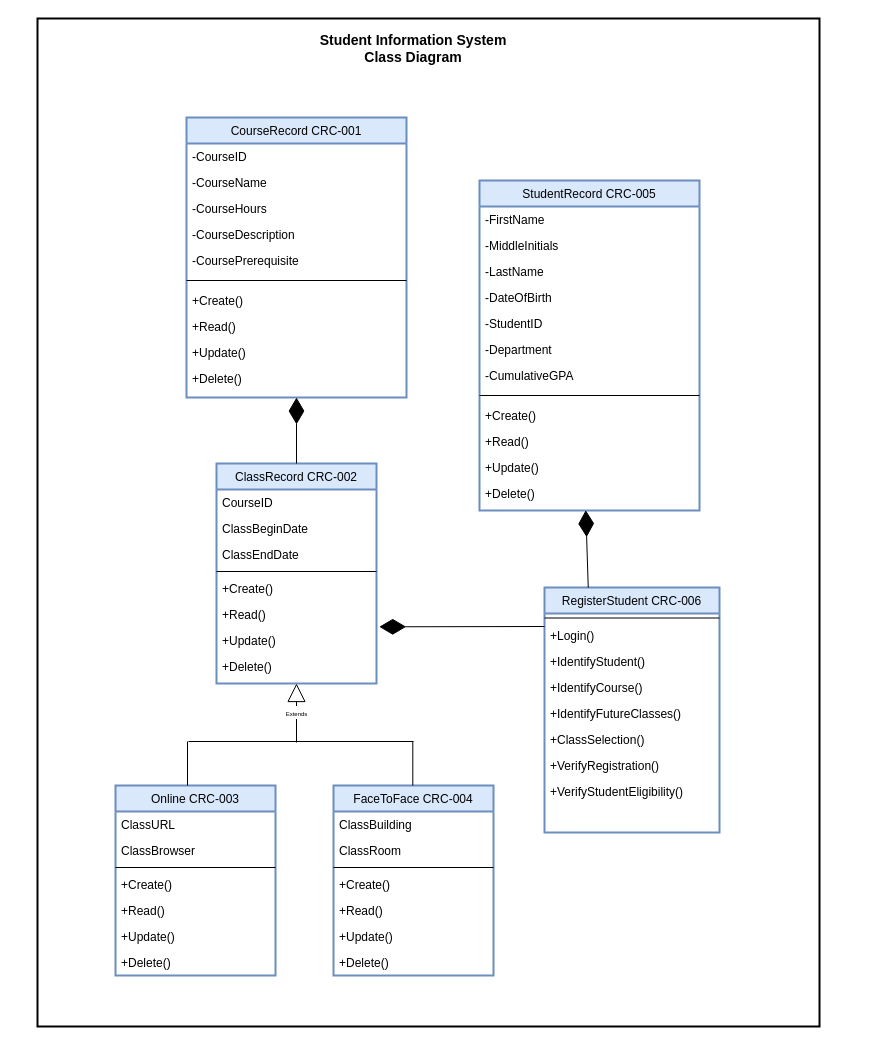
Earlier version of the draw.io diagram 4-1-Assignment.drawio (kincaidtk901/Workspace). Source tidied: cells renumbered, new cells numbered last; positions are measured from the earlier drawing's top-left corner, leaving out a move shared by most shapes. Both pictures are drawn from the tidied source at 100%, with x=0, y=0 at pixel (37, 18).
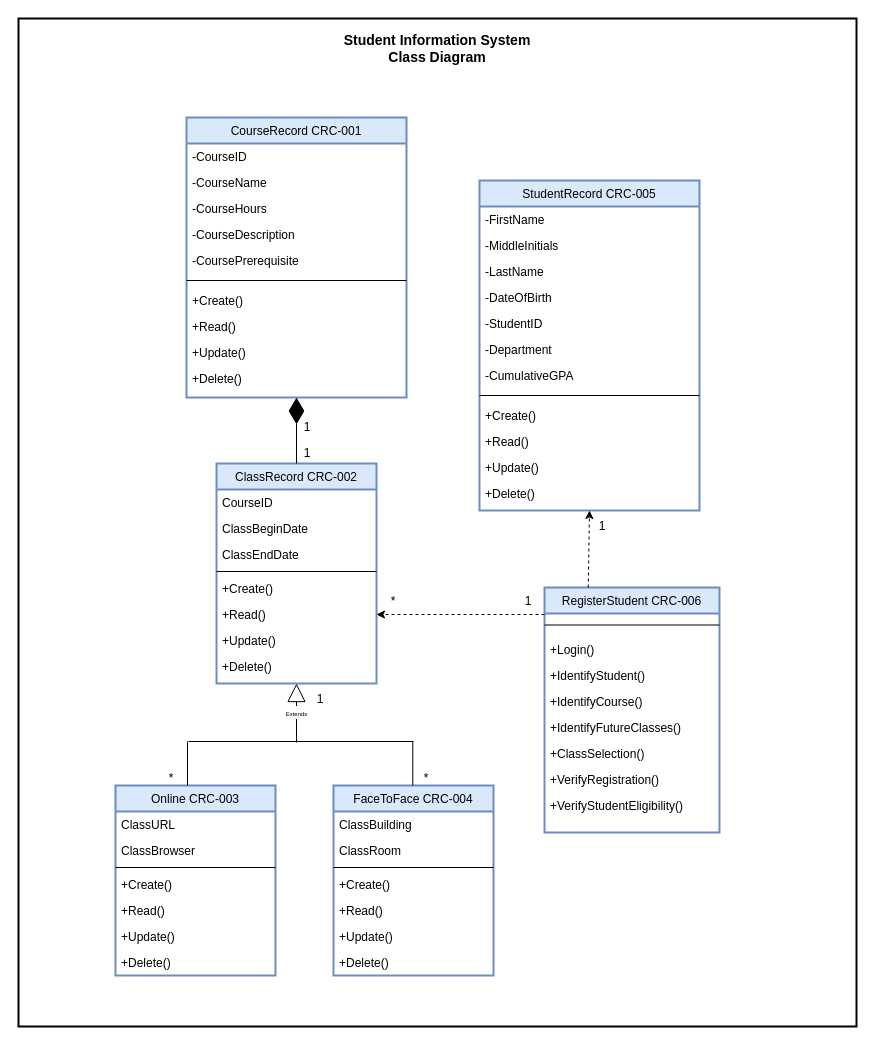
After the change.

Unchanged cells that the change refers to:
```xml
<mxCell id="8" value="+Read()" style="text;align=left;verticalAlign=top;spacingLeft=4;spacingRight=4;overflow=hidden;points=[[0,0.5],[1,0.5]];portConstraint=eastwest;" parent="2" vertex="1">
  <mxGeometry y="138" width="160" height="26" as="geometry" />
</mxCell>
<mxCell id="38" value="StudentRecord CRC-005" style="swimlane;fontStyle=0;align=center;verticalAlign=top;horizontal=1;startSize=26;rounded=0;shadow=0;strokeWidth=2;fillColor=#dae8fc;strokeColor=#6c8ebf;" parent="1" vertex="1">
  <mxGeometry x="442" y="162" width="220" height="330" as="geometry" />
</mxCell>
<mxCell id="50" value="+Delete()" style="text;align=left;verticalAlign=top;spacingLeft=4;spacingRight=4;overflow=hidden;points=[[0,0.5],[1,0.5]];portConstraint=eastwest;" parent="38" vertex="1">
  <mxGeometry y="300" width="220" height="26" as="geometry" />
</mxCell>
<mxCell id="52" value="RegisterStudent CRC-006" style="swimlane;fontStyle=0;align=center;verticalAlign=top;horizontal=1;startSize=26;rounded=0;shadow=0;strokeWidth=2;fillColor=#dae8fc;strokeColor=#6c8ebf;" parent="1" vertex="1">
  <mxGeometry x="507" y="569" width="175" height="245" as="geometry" />
</mxCell>
```

Diff of the diagram source:
```diff
@@
     <mxCell id="53" style="line;html=1;strokeWidth=1;align=left;verticalAlign=middle;spacingTop=-1;spacingLeft=3;spacingRight=3;labelPosition=right;" parent="52" vertex="1">
-      <mxGeometry y="26" width="175" height="9" as="geometry" />
+      <mxGeometry y="26" width="175" height="23" as="geometry" />
     </mxCell>
     <mxCell id="54" value="+Login()" style="text;align=left;verticalAlign=top;spacingLeft=4;spacingRight=4;overflow=hidden;" parent="52" vertex="1">
-      <mxGeometry y="35" width="175" height="26" as="geometry" />
+      <mxGeometry y="49" width="175" height="26" as="geometry" />
     </mxCell>
     <mxCell id="55" value="+IdentifyStudent()" style="text;align=left;verticalAlign=top;spacingLeft=4;spacingRight=4;overflow=hidden;" parent="52" vertex="1">
-      <mxGeometry y="61" width="175" height="26" as="geometry" />
+      <mxGeometry y="75" width="175" height="26" as="geometry" />
     </mxCell>
     <mxCell id="56" value="+IdentifyCourse()" style="text;align=left;verticalAlign=top;spacingLeft=4;spacingRight=4;overflow=hidden;" parent="52" vertex="1">
-      <mxGeometry y="87" width="175" height="26" as="geometry" />
+      <mxGeometry y="101" width="175" height="26" as="geometry" />
     </mxCell>
     <mxCell id="57" value="+IdentifyFutureClasses()" style="text;align=left;verticalAlign=top;spacingLeft=4;spacingRight=4;overflow=hidden;" parent="52" vertex="1">
-      <mxGeometry y="113" width="175" height="26" as="geometry" />
+      <mxGeometry y="127" width="175" height="26" as="geometry" />
     </mxCell>
     <mxCell id="58" value="+ClassSelection()" style="text;align=left;verticalAlign=top;spacingLeft=4;spacingRight=4;overflow=hidden;" parent="52" vertex="1">
-      <mxGeometry y="139" width="175" height="26" as="geometry" />
+      <mxGeometry y="153" width="175" height="26" as="geometry" />
     </mxCell>
     <mxCell id="59" value="+VerifyRegistration()" style="text;align=left;verticalAlign=top;spacingLeft=4;spacingRight=4;overflow=hidden;" parent="52" vertex="1">
-      <mxGeometry y="165" width="175" height="26" as="geometry" />
+      <mxGeometry y="179" width="175" height="26" as="geometry" />
     </mxCell>
     <mxCell id="60" value="+VerifyStudentEligibility()" style="text;align=left;verticalAlign=top;spacingLeft=4;spacingRight=4;overflow=hidden;" parent="52" vertex="1">
-      <mxGeometry y="191" width="175" height="26" as="geometry" />
+      <mxGeometry y="205" width="175" height="26" as="geometry" />
     </mxCell>
@@
-    <mxCell id="65" style="endArrow=diamondThin;endFill=1;endSize=24;html=1;exitX=0.25;exitY=0;exitDx=0;exitDy=0;entryX=0.483;entryY=1.141;entryDx=0;entryDy=0;entryPerimeter=0;" parent="1" edge="1" source="52" target="50">
-      <mxGeometry relative="1" as="geometry" />
-    </mxCell>
-    <mxCell id="66" style="endArrow=diamondThin;endFill=1;endSize=24;html=1;exitX=0;exitY=0.5;exitDx=0;exitDy=0;entryX=1.017;entryY=0.974;entryDx=0;entryDy=0;entryPerimeter=0;" parent="1" edge="1" target="8">
-      <mxGeometry relative="1" as="geometry">
-        <mxPoint x="507" y="608" as="sourcePoint" />
-      </mxGeometry>
-    </mxCell>
     <mxCell id="67" style="rounded=0;whiteSpace=wrap;html=1;strokeWidth=2;fillColor=none;" parent="1" vertex="1">
-      <mxGeometry width="782" height="1008" as="geometry" />
+      <mxGeometry x="-19" width="838" height="1008" as="geometry" />
     </mxCell>
     <mxCell id="68" value="&lt;font style=&quot;font-size: 14px&quot;&gt;Student Information System &lt;br&gt;Class Diagram&lt;/font&gt;" style="text;html=1;strokeColor=none;fillColor=none;align=center;verticalAlign=middle;whiteSpace=wrap;rounded=0;fontStyle=1;" parent="1" vertex="1">
-      <mxGeometry x="262" y="16" width="228" height="28" as="geometry" />
+      <mxGeometry x="286" y="16" width="228" height="28" as="geometry" />
     </mxCell>
+    <mxCell id="69" style="endArrow=classic;html=1;entryX=1;entryY=0.5;entryDx=0;entryDy=0;dashed=1;" parent="1" edge="1" target="8">
+      <mxGeometry relative="1" as="geometry">
+        <mxPoint x="507" y="596" as="sourcePoint" />
+      </mxGeometry>
+    </mxCell>
+    <mxCell id="70" style="endArrow=classic;html=1;dashed=1;exitX=0.25;exitY=0;exitDx=0;exitDy=0;entryX=0.5;entryY=1;entryDx=0;entryDy=0;" parent="1" edge="1" source="52" target="38">
+      <mxGeometry relative="1" as="geometry" />
+    </mxCell>
+    <mxCell id="71" value="1" style="text;html=1;strokeColor=none;fillColor=none;align=center;verticalAlign=middle;whiteSpace=wrap;rounded=0;" parent="1" vertex="1">
+      <mxGeometry x="257" y="427" width="26" height="16" as="geometry" />
+    </mxCell>
+    <mxCell id="72" value="1" style="text;html=1;strokeColor=none;fillColor=none;align=center;verticalAlign=middle;whiteSpace=wrap;rounded=0;" parent="1" vertex="1">
+      <mxGeometry x="257" y="401" width="26" height="16" as="geometry" />
+    </mxCell>
+    <mxCell id="73" value="*" style="text;html=1;strokeColor=none;fillColor=none;align=center;verticalAlign=middle;whiteSpace=wrap;rounded=0;" parent="1" vertex="1">
+      <mxGeometry x="336" y="573" width="40" height="20" as="geometry" />
+    </mxCell>
+    <mxCell id="74" value="1" style="text;html=1;strokeColor=none;fillColor=none;align=center;verticalAlign=middle;whiteSpace=wrap;rounded=0;" parent="1" vertex="1">
+      <mxGeometry x="478" y="575" width="26" height="16" as="geometry" />
+    </mxCell>
+    <mxCell id="75" value="1" style="text;html=1;strokeColor=none;fillColor=none;align=center;verticalAlign=middle;whiteSpace=wrap;rounded=0;" parent="1" vertex="1">
+      <mxGeometry x="552" y="500" width="26" height="16" as="geometry" />
+    </mxCell>
+    <mxCell id="76" value="*" style="text;html=1;strokeColor=none;fillColor=none;align=center;verticalAlign=middle;whiteSpace=wrap;rounded=0;" parent="1" vertex="1">
+      <mxGeometry x="369" y="750" width="40" height="20" as="geometry" />
+    </mxCell>
+    <mxCell id="77" value="*" style="text;html=1;strokeColor=none;fillColor=none;align=center;verticalAlign=middle;whiteSpace=wrap;rounded=0;" parent="1" vertex="1">
+      <mxGeometry x="114" y="750" width="40" height="20" as="geometry" />
+    </mxCell>
+    <mxCell id="78" value="1" style="text;html=1;strokeColor=none;fillColor=none;align=center;verticalAlign=middle;whiteSpace=wrap;rounded=0;" parent="1" vertex="1">
+      <mxGeometry x="270" y="673" width="26" height="16" as="geometry" />
+    </mxCell>
```
